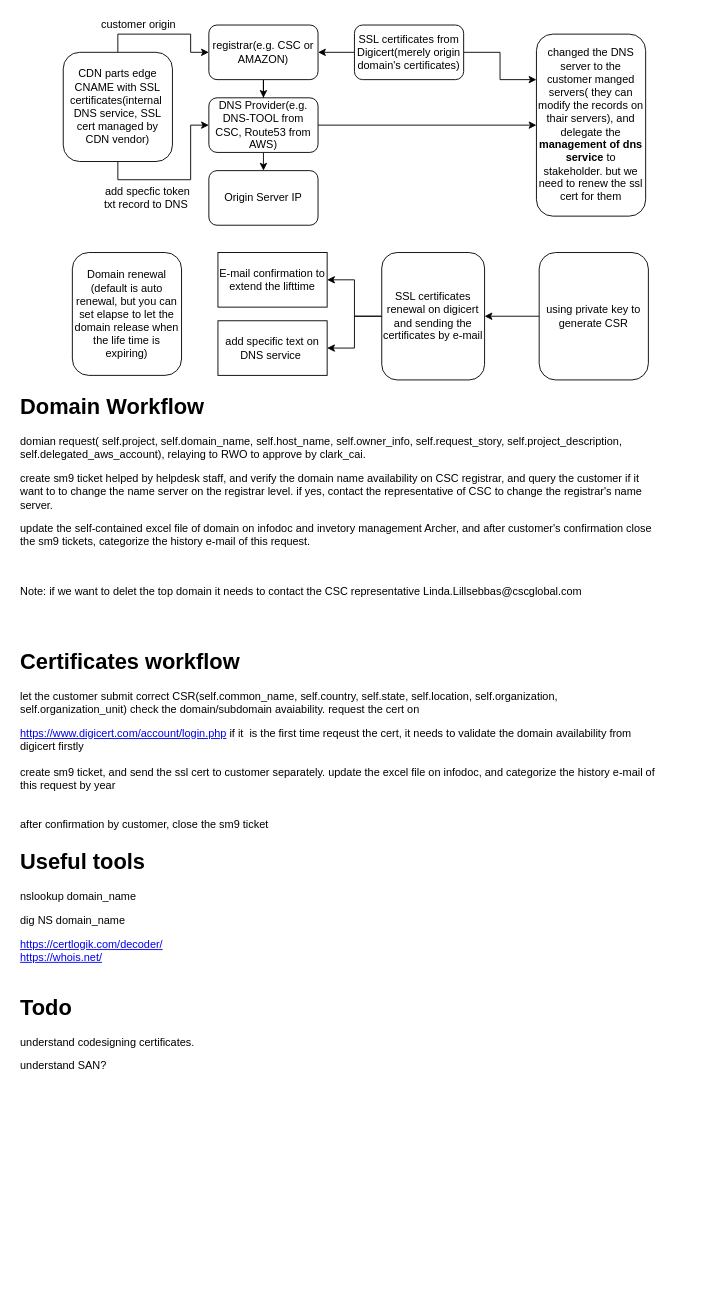
anoyo-lin/domain-cdn-learning keeps this draw.io diagram as domain&cert.drawio. Above is the earlier version. Source tidied: cells renumbered, new cells numbered last; positions are measured from the earlier drawing's top-left corner, leaving out a move shared by most shapes. Both pictures are drawn from the tidied source at 91%, with x=0, y=0 at pixel (15, 15).
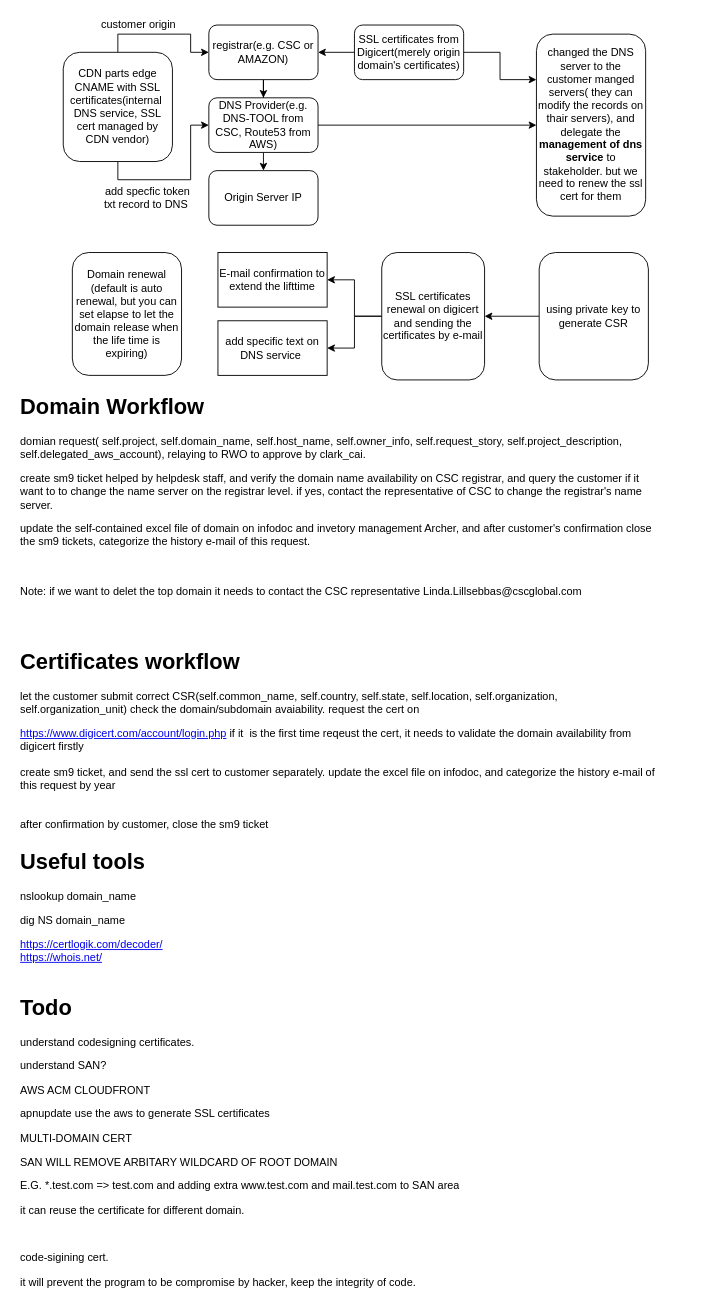
The same diagram, later.

What changed in the source:
```diff
@@
-    <mxCell id="28" value="&lt;h1&gt;Todo&lt;/h1&gt;&lt;p&gt;understand codesigning certificates.&lt;/p&gt;&lt;p&gt;understand SAN?&lt;/p&gt;&lt;p&gt;&lt;br&gt;&lt;/p&gt;" style="text;html=1;strokeColor=none;fillColor=none;spacing=5;spacingTop=-20;whiteSpace=wrap;overflow=hidden;rounded=0;" parent="1" vertex="1">
-      <mxGeometry y="1070" width="750" height="110" as="geometry" />
+    <mxCell id="28" value="&lt;h1&gt;Todo&lt;/h1&gt;&lt;p&gt;understand codesigning certificates.&lt;/p&gt;&lt;p&gt;understand SAN?&lt;/p&gt;&lt;p&gt;AWS ACM CLOUDFRONT&lt;/p&gt;&lt;p&gt;apnupdate use the aws to generate SSL certificates&amp;nbsp;&lt;/p&gt;&lt;p&gt;MULTI-DOMAIN CERT&amp;nbsp;&lt;/p&gt;&lt;p&gt;SAN WILL REMOVE ARBITARY WILDCARD OF ROOT DOMAIN&lt;/p&gt;&lt;p&gt;E.G. *.test.com =&amp;gt; test.com and adding extra www.test.com and mail.test.com to SAN area&lt;/p&gt;&lt;p&gt;it can reuse the certificate for different domain.&lt;/p&gt;&lt;p&gt;&lt;br&gt;&lt;/p&gt;&lt;p&gt;code-sigining cert.&lt;/p&gt;&lt;p&gt;it will prevent the program to be compromise by hacker, keep the integrity of code.&lt;/p&gt;&lt;div&gt;&lt;br&gt;&lt;/div&gt;&lt;p&gt;&lt;br&gt;&lt;/p&gt;" style="text;html=1;strokeColor=none;fillColor=none;spacing=5;spacingTop=-20;whiteSpace=wrap;overflow=hidden;rounded=0;" parent="1" vertex="1">
+      <mxGeometry y="1070" width="750" height="340" as="geometry" />
     </mxCell>
```
